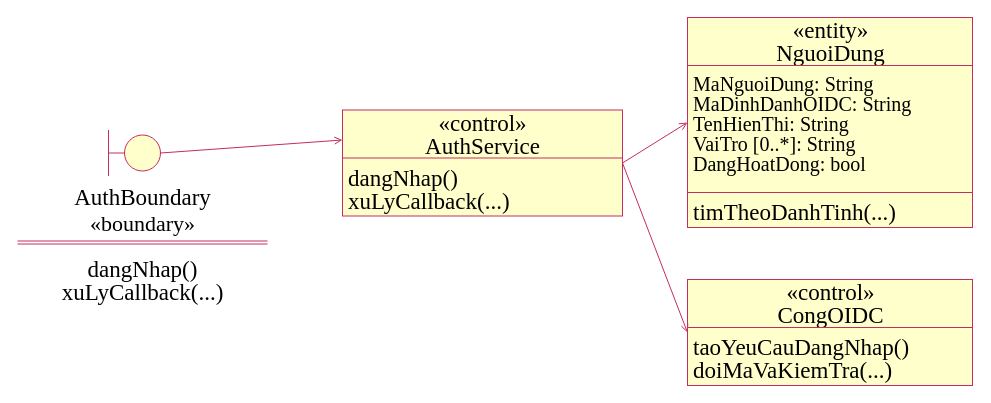
Before: docs/so_do/drawio/So_do_5_03_Lop_chuc_nang_Auth.drawio in kanishere55/OOSD_NenTangDieuPhoi_TNV, a draw.io diagram. Source tidied: cells renumbered, new cells numbered last; positions are measured from the earlier drawing's top-left corner, leaving out a move shared by most shapes. Both pictures are drawn from the tidied source at 100%, with x=0, y=0 at pixel (17, 17).
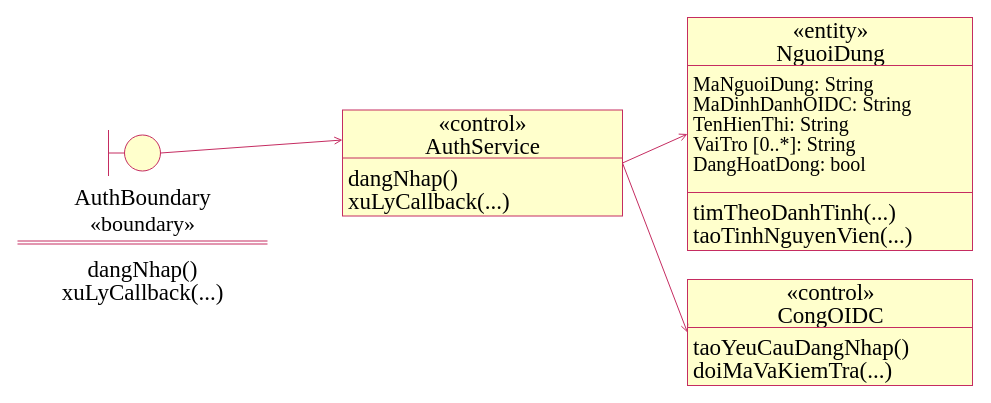
The same diagram, later.

Change to the diagram source:
```diff
@@
     <mxCell id="2" style="fontFamily=Times New Roman;fontSize=18;fontColor=#000000;strokeColor=#c52c61;strokeWidth=1;fillColor=#ffffcc;" parent="1" vertex="1">
-      <mxGeometry x="670" width="285" height="210" as="geometry" />
+      <mxGeometry x="670" width="285" height="233" as="geometry" />
     </mxCell>
@@
-    <mxCell id="7" value="&lt;div style=&quot;line-height:1;white-space:pre;&quot;&gt;timTheoDanhTinh(...)&lt;/div&gt;" style="fontFamily=Times New Roman;fontColor=#000000;strokeColor=#c52c61;strokeWidth=1;text;strokeColor=none;fillColor=none;align=left;verticalAlign=top;spacing=4;fontSize=23;html=1;whiteSpace=nowrap;" parent="2" vertex="1">
-      <mxGeometry x="2" y="175" width="281" height="35" as="geometry" />
+    <mxCell id="7" value="&lt;div style=&quot;line-height:1;white-space:pre;&quot;&gt;timTheoDanhTinh(...)&lt;br&gt;taoTinhNguyenVien(...)&lt;/div&gt;" style="fontFamily=Times New Roman;fontColor=#000000;strokeColor=#c52c61;strokeWidth=1;text;strokeColor=none;fillColor=none;align=left;verticalAlign=top;spacing=4;fontSize=23;html=1;whiteSpace=nowrap;" parent="2" vertex="1">
+      <mxGeometry x="2" y="175" width="281" height="58" as="geometry" />
     </mxCell>
```
